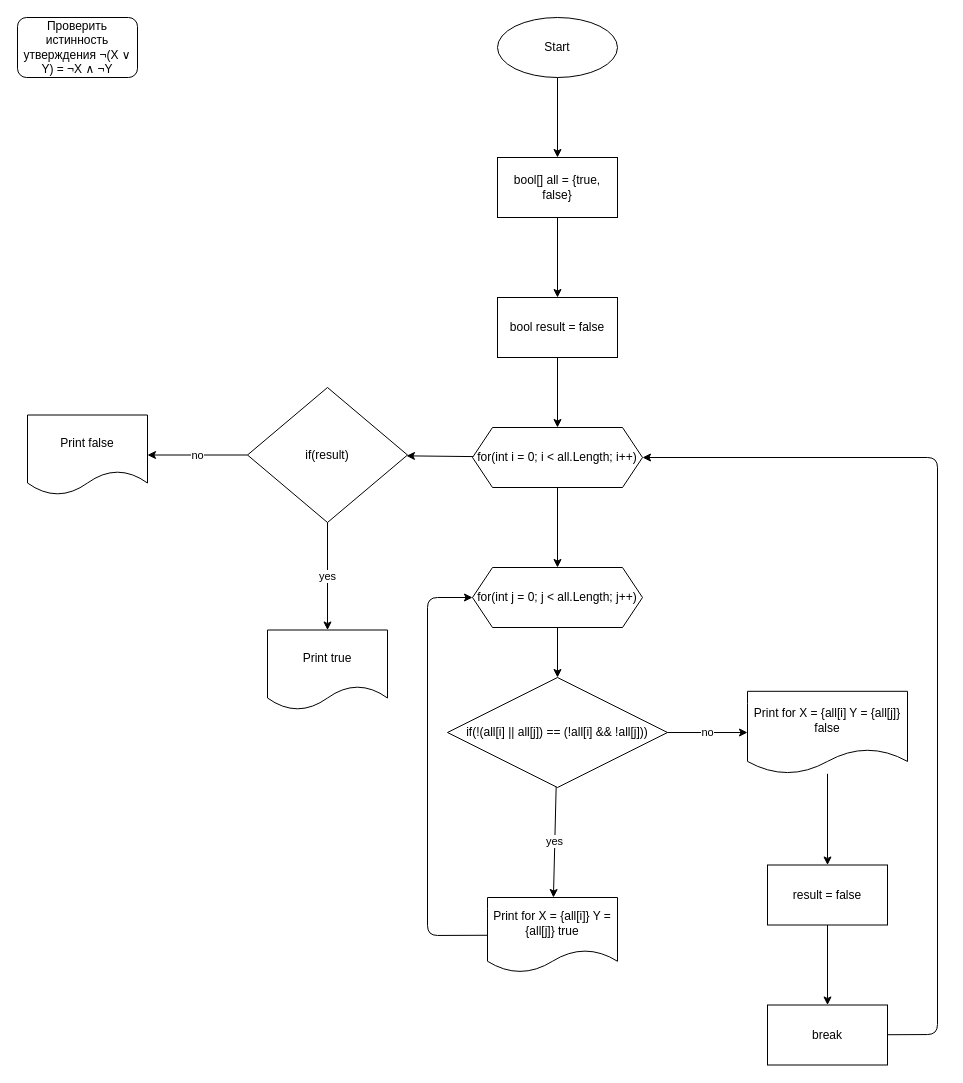
This is Task18CheckTheTruthOfAStatement/flowchart.drawio from Fostix/LoLTasks, a draw.io file, before an edit. Source tidied: cells renumbered, new cells numbered last; positions are measured from the earlier drawing's top-left corner, leaving out a move shared by most shapes. Both pictures are drawn from the tidied source at 100%, with x=0, y=0 at pixel (17, 17).
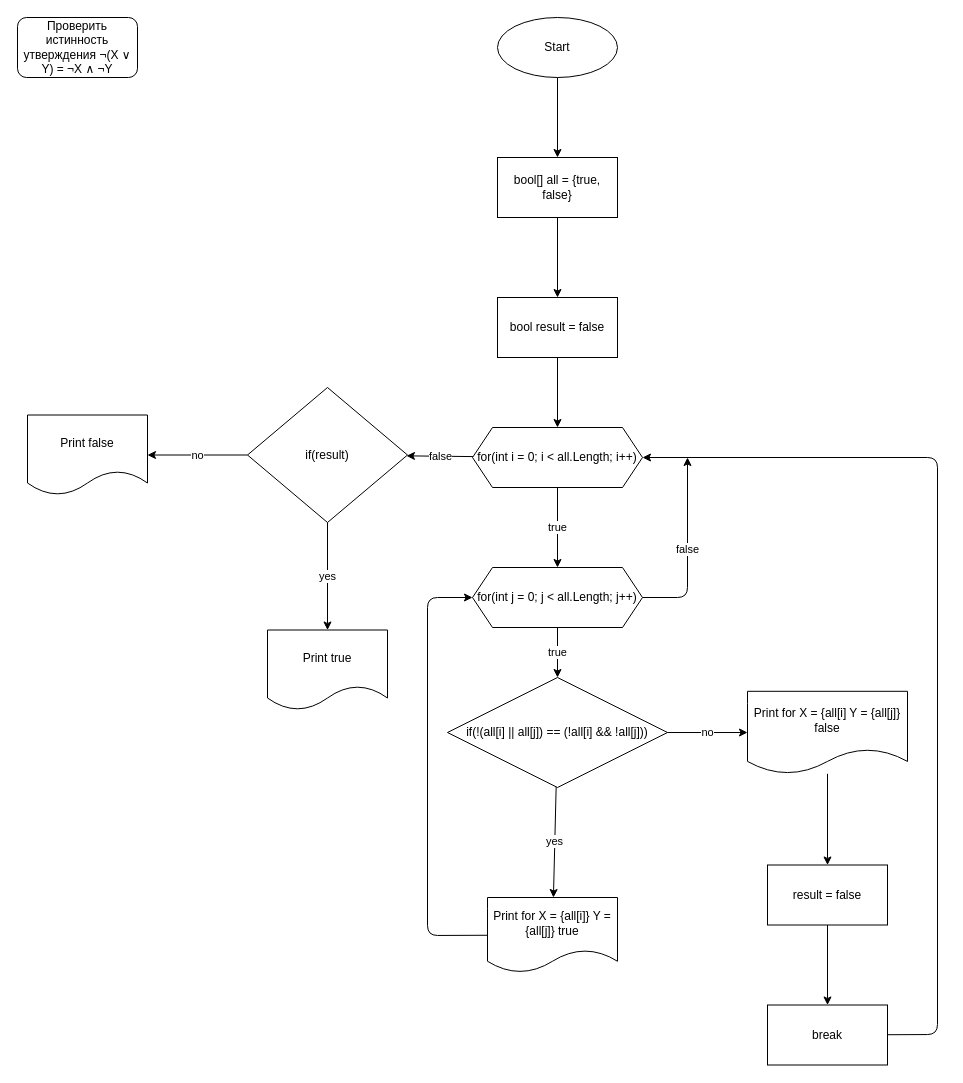
The same diagram, later.

The change refers to these unchanged cells:
```xml
<mxCell id="11" value="for(int i = 0; i &amp;lt; all.Length; i++)" style="shape=hexagon;perimeter=hexagonPerimeter2;whiteSpace=wrap;html=1;fixedSize=1;" parent="1" vertex="1">
  <mxGeometry x="455" y="410" width="170" height="60" as="geometry" />
</mxCell>
<mxCell id="13" value="for(int j = 0; j &amp;lt; all.Length; j++)" style="shape=hexagon;perimeter=hexagonPerimeter2;whiteSpace=wrap;html=1;fixedSize=1;" parent="1" vertex="1">
  <mxGeometry x="455" y="550" width="170" height="60" as="geometry" />
</mxCell>
<mxCell id="16" value="if(!(all[i] || all[j]) == (!all[i] &amp;amp;&amp;amp; !all[j]))" style="rhombus;whiteSpace=wrap;html=1;" parent="1" vertex="1">
  <mxGeometry x="430" y="660" width="220" height="110" as="geometry" />
</mxCell>
<mxCell id="23" value="if(result)" style="rhombus;whiteSpace=wrap;html=1;" parent="1" vertex="1">
  <mxGeometry x="230" y="370" width="160" height="135" as="geometry" />
</mxCell>
```

The edit, as a diff of the source:
```diff
@@
-    <mxCell id="9" style="edgeStyle=none;html=1;" parent="1" edge="1" source="11" target="13">
+    <mxCell id="9" value="true" style="edgeStyle=none;html=1;" parent="1" edge="1" source="11" target="13">
       <mxGeometry relative="1" as="geometry" />
     </mxCell>
-    <mxCell id="10" style="edgeStyle=none;html=1;" parent="1" edge="1" source="11" target="23">
+    <mxCell id="10" value="false" style="edgeStyle=none;html=1;" parent="1" edge="1" source="11" target="23">
       <mxGeometry relative="1" as="geometry" />
     </mxCell>
@@
-    <mxCell id="12" style="edgeStyle=none;html=1;" parent="1" edge="1" source="13" target="16">
+    <mxCell id="12" value="true" style="edgeStyle=none;html=1;" parent="1" edge="1" source="13" target="16">
       <mxGeometry relative="1" as="geometry" />
     </mxCell>
+    <mxCell id="30" value="false" style="edgeStyle=none;html=1;" parent="1" edge="1" source="13">
+      <mxGeometry relative="1" as="geometry">
+        <mxPoint x="670" y="440" as="targetPoint" />
+        <Array as="points">
+          <mxPoint x="670" y="580" />
+        </Array>
+      </mxGeometry>
+    </mxCell>
```
